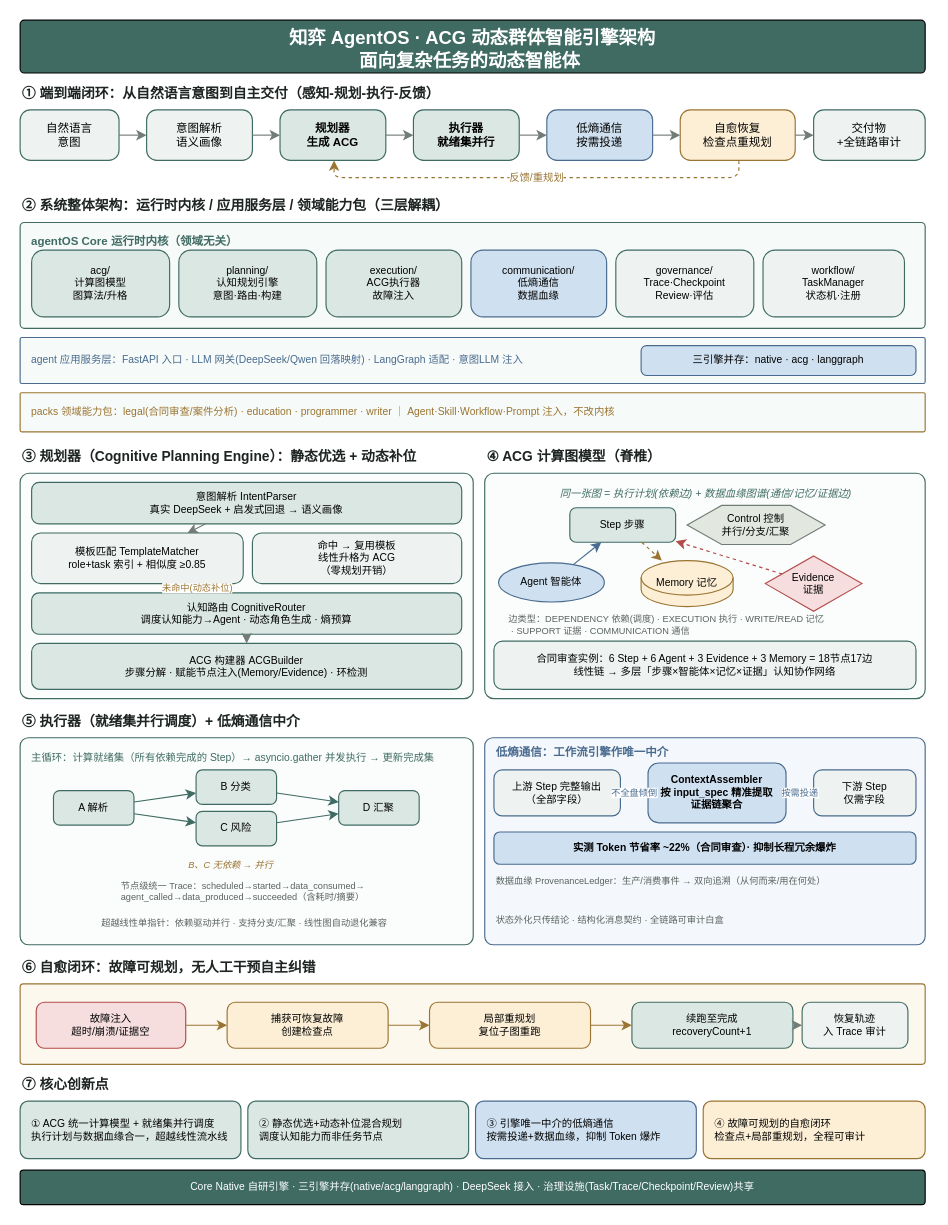
This is docs/02-架构设计/figures/知弈AgentOS-ACG架构图.drawio from zongxi-Li/zhiyi-AgentOS, a draw.io file, before an edit. Source tidied: cells renumbered, new cells numbered last; positions are measured from the earlier drawing's top-left corner, leaving out a move shared by most shapes. Both pictures are drawn from the tidied source at 115%, with x=0, y=0 at pixel (20, 20).
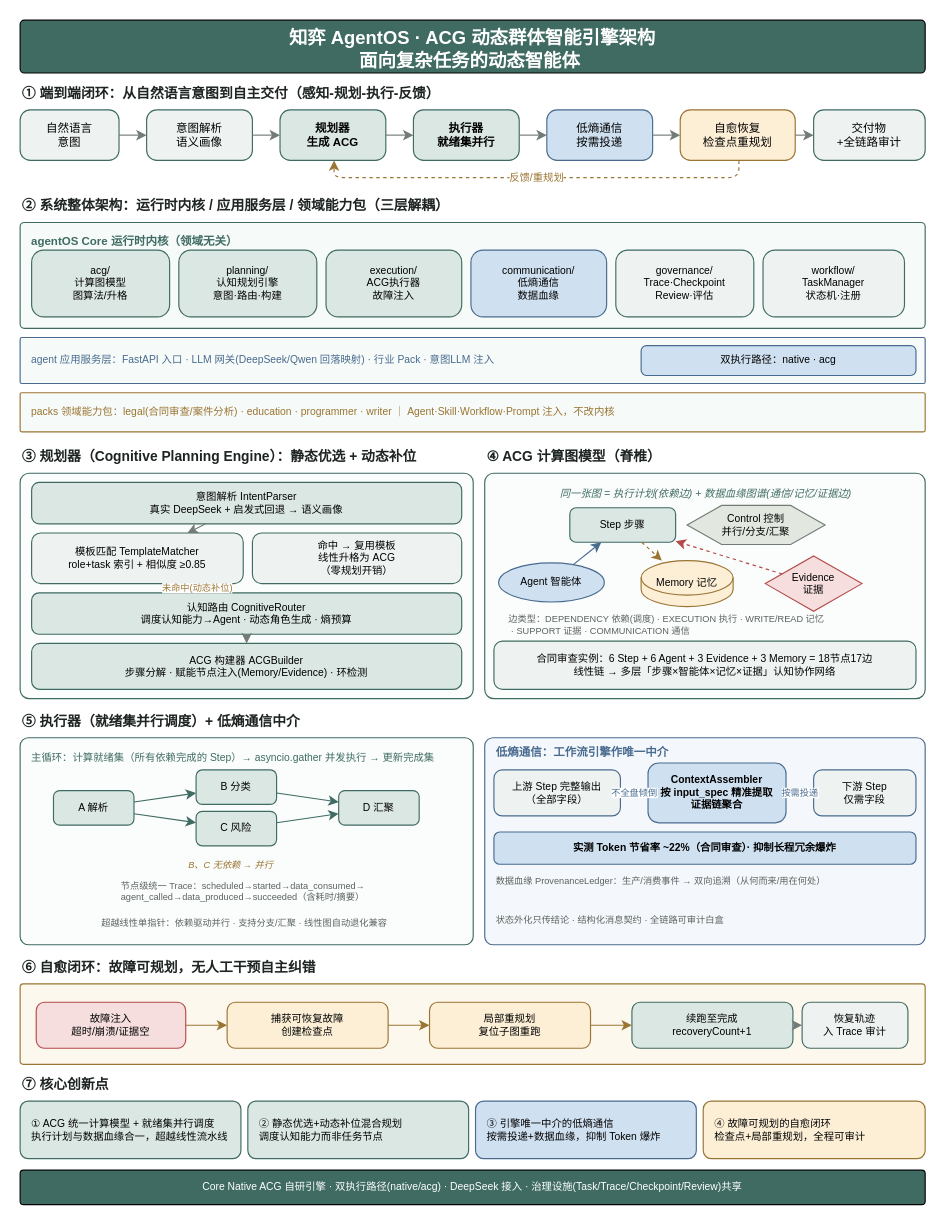
After the change.

Diff of the diagram source:
```diff
@@
-    <mxCell id="28" value="agent 应用服务层：FastAPI 入口 · LLM 网关(DeepSeek/Qwen 回落映射) · LangGraph 适配 · 意图LLM 注入" style="text;html=1;align=left;verticalAlign=middle;fontSize=9;fontColor=#496b8f;" parent="1" vertex="1">
+    <mxCell id="28" value="agent 应用服务层：FastAPI 入口 · LLM 网关(DeepSeek/Qwen 回落映射) · 行业 Pack · 意图LLM 注入" style="text;html=1;align=left;verticalAlign=middle;fontSize=9;fontColor=#496b8f;" parent="1" vertex="1">
       <mxGeometry x="8" y="276" width="500" height="40" as="geometry" />
     </mxCell>
-    <mxCell id="29" value="三引擎并存：native · acg · langgraph" style="rounded=1;whiteSpace=wrap;html=1;fillColor=#cfe0f0;strokeColor=#496b8f;fontSize=9;arcSize=18;" parent="1" vertex="1">
+    <mxCell id="29" value="双执行路径：native · acg" style="rounded=1;whiteSpace=wrap;html=1;fillColor=#cfe0f0;strokeColor=#496b8f;fontSize=9;arcSize=18;" parent="1" vertex="1">
       <mxGeometry x="540" y="283" width="239" height="26" as="geometry" />
     </mxCell>
@@
-    <mxCell id="95" value="Core Native 自研引擎 · 三引擎并存(native/acg/langgraph) · DeepSeek 接入 · 治理设施(Task/Trace/Checkpoint/Review)共享" style="rounded=1;whiteSpace=wrap;html=1;fillColor=#3f6b63;fontColor=#ffffff;fontSize=9;align=center;arcSize=10;" parent="1" vertex="1">
+    <mxCell id="95" value="Core Native ACG 自研引擎 · 双执行路径(native/acg) · DeepSeek 接入 · 治理设施(Task/Trace/Checkpoint/Review)共享" style="rounded=1;whiteSpace=wrap;html=1;fillColor=#3f6b63;fontColor=#ffffff;fontSize=9;align=center;arcSize=10;" parent="1" vertex="1">
       <mxGeometry y="1000" width="787" height="30" as="geometry" />
     </mxCell>
```
